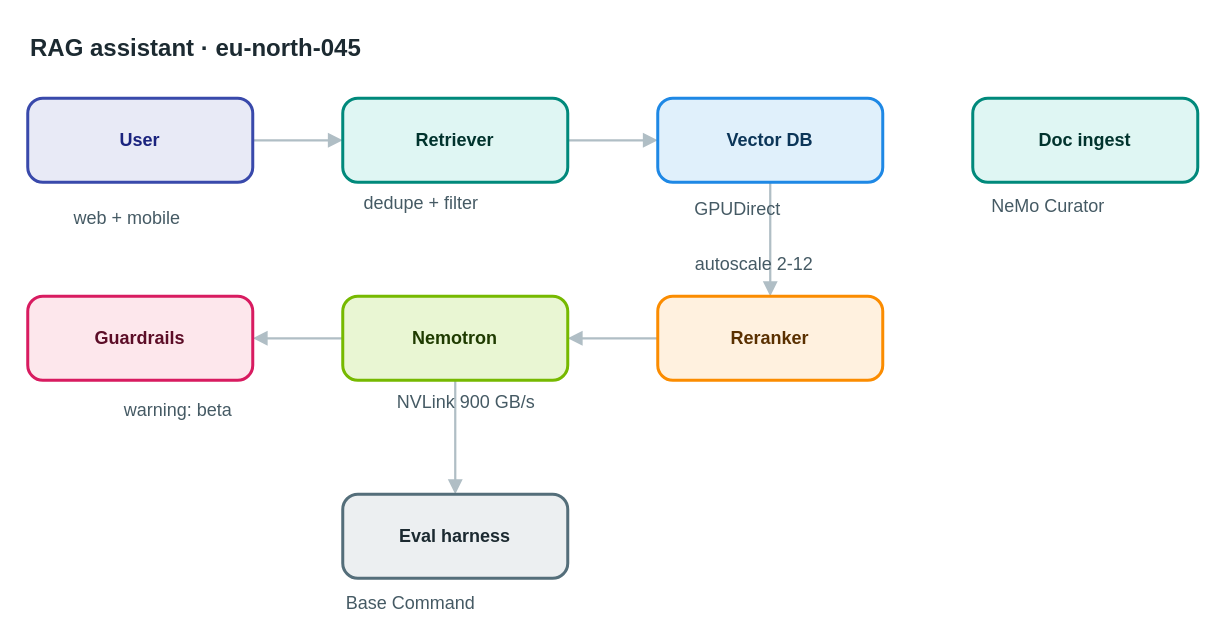
This is apps/web/public/samples/library/045-rag-assistant.drawio from AryanG01/open-apprentice, a draw.io file, before an edit. Source tidied: cells renumbered, new cells numbered last; positions are measured from the earlier drawing's top-left corner, leaving out a move shared by most shapes. Both pictures are drawn from the tidied source at 150%, with x=0, y=0 at pixel (27, 26).
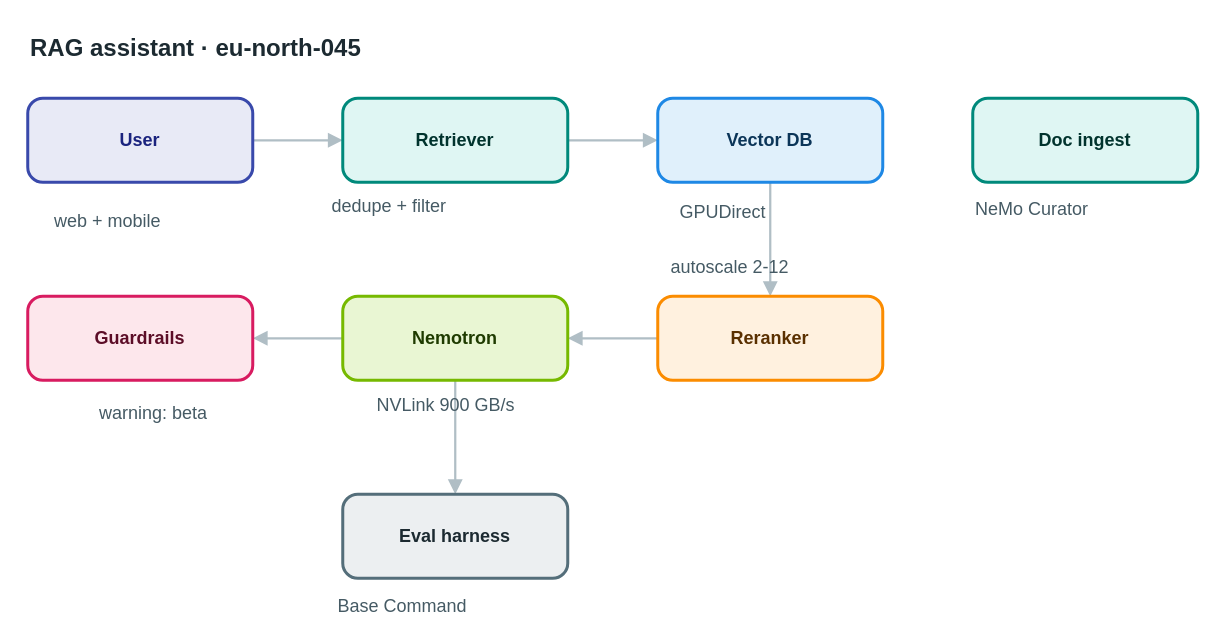
After the change.

The edit, as a diff of the source:
```diff
@@
-    <mxCell id="17" value="web + mobile" style="text;html=1;align=center;verticalAlign=middle;whiteSpace=nowrap;strokeColor=none;fillColor=none;fontSize=12;fontColor=#455a64;" parent="1" vertex="1">
+    <mxCell id="17" value="web + mobile" style="text;html=1;align=left;verticalAlign=top;whiteSpace=nowrap;spacing=0;spacingTop=0;strokeColor=none;fillColor=none;fontSize=12;fontColor=#455a64;" parent="1" vertex="1">
       <mxGeometry x="18" y="118" width="96" height="20" as="geometry" />
     </mxCell>
-    <mxCell id="18" value="dedupe + filter" style="text;html=1;align=center;verticalAlign=middle;whiteSpace=nowrap;strokeColor=none;fillColor=none;fontSize=12;fontColor=#455a64;" parent="1" vertex="1">
+    <mxCell id="18" value="dedupe + filter" style="text;html=1;align=left;verticalAlign=top;whiteSpace=nowrap;spacing=0;spacingTop=0;strokeColor=none;fillColor=none;fontSize=12;fontColor=#455a64;" parent="1" vertex="1">
       <mxGeometry x="203" y="108" width="117" height="20" as="geometry" />
     </mxCell>
-    <mxCell id="19" value="GPUDirect" style="text;html=1;align=center;verticalAlign=middle;whiteSpace=nowrap;strokeColor=none;fillColor=none;fontSize=12;fontColor=#455a64;" parent="1" vertex="1">
+    <mxCell id="19" value="GPUDirect" style="text;html=1;align=left;verticalAlign=top;whiteSpace=nowrap;spacing=0;spacingTop=0;strokeColor=none;fillColor=none;fontSize=12;fontColor=#455a64;" parent="1" vertex="1">
       <mxGeometry x="435" y="112" width="75" height="20" as="geometry" />
     </mxCell>
-    <mxCell id="20" value="autoscale 2-12" style="text;html=1;align=center;verticalAlign=middle;whiteSpace=nowrap;strokeColor=none;fillColor=none;fontSize=12;fontColor=#455a64;" parent="1" vertex="1">
+    <mxCell id="20" value="autoscale 2-12" style="text;html=1;align=left;verticalAlign=top;whiteSpace=nowrap;spacing=0;spacingTop=0;strokeColor=none;fillColor=none;fontSize=12;fontColor=#455a64;" parent="1" vertex="1">
       <mxGeometry x="429" y="149" width="110" height="20" as="geometry" />
     </mxCell>
-    <mxCell id="21" value="NVLink 900 GB/s" style="text;html=1;align=center;verticalAlign=middle;whiteSpace=nowrap;strokeColor=none;fillColor=none;fontSize=12;fontColor=#455a64;" parent="1" vertex="1">
+    <mxCell id="21" value="NVLink 900 GB/s" style="text;html=1;align=left;verticalAlign=top;whiteSpace=nowrap;spacing=0;spacingTop=0;strokeColor=none;fillColor=none;fontSize=12;fontColor=#455a64;" parent="1" vertex="1">
       <mxGeometry x="233" y="241" width="117" height="20" as="geometry" />
     </mxCell>
-    <mxCell id="22" value="warning: beta" style="text;html=1;align=center;verticalAlign=middle;whiteSpace=nowrap;strokeColor=none;fillColor=none;fontSize=12;fontColor=#455a64;" parent="1" vertex="1">
+    <mxCell id="22" value="warning: beta" style="text;html=1;align=left;verticalAlign=top;whiteSpace=nowrap;spacing=0;spacingTop=0;strokeColor=none;fillColor=none;fontSize=12;fontColor=#455a64;" parent="1" vertex="1">
       <mxGeometry x="48" y="246" width="103" height="20" as="geometry" />
     </mxCell>
-    <mxCell id="23" value="NeMo Curator" style="text;html=1;align=center;verticalAlign=middle;whiteSpace=nowrap;strokeColor=none;fillColor=none;fontSize=12;fontColor=#455a64;" parent="1" vertex="1">
+    <mxCell id="23" value="NeMo Curator" style="text;html=1;align=left;verticalAlign=top;whiteSpace=nowrap;spacing=0;spacingTop=0;strokeColor=none;fillColor=none;fontSize=12;fontColor=#455a64;" parent="1" vertex="1">
       <mxGeometry x="632" y="110" width="96" height="20" as="geometry" />
     </mxCell>
-    <mxCell id="24" value="Base Command" style="text;html=1;align=center;verticalAlign=middle;whiteSpace=nowrap;strokeColor=none;fillColor=none;fontSize=12;fontColor=#455a64;" parent="1" vertex="1">
+    <mxCell id="24" value="Base Command" style="text;html=1;align=left;verticalAlign=top;whiteSpace=nowrap;spacing=0;spacingTop=0;strokeColor=none;fillColor=none;fontSize=12;fontColor=#455a64;" parent="1" vertex="1">
       <mxGeometry x="207" y="375" width="96" height="20" as="geometry" />
     </mxCell>
```
